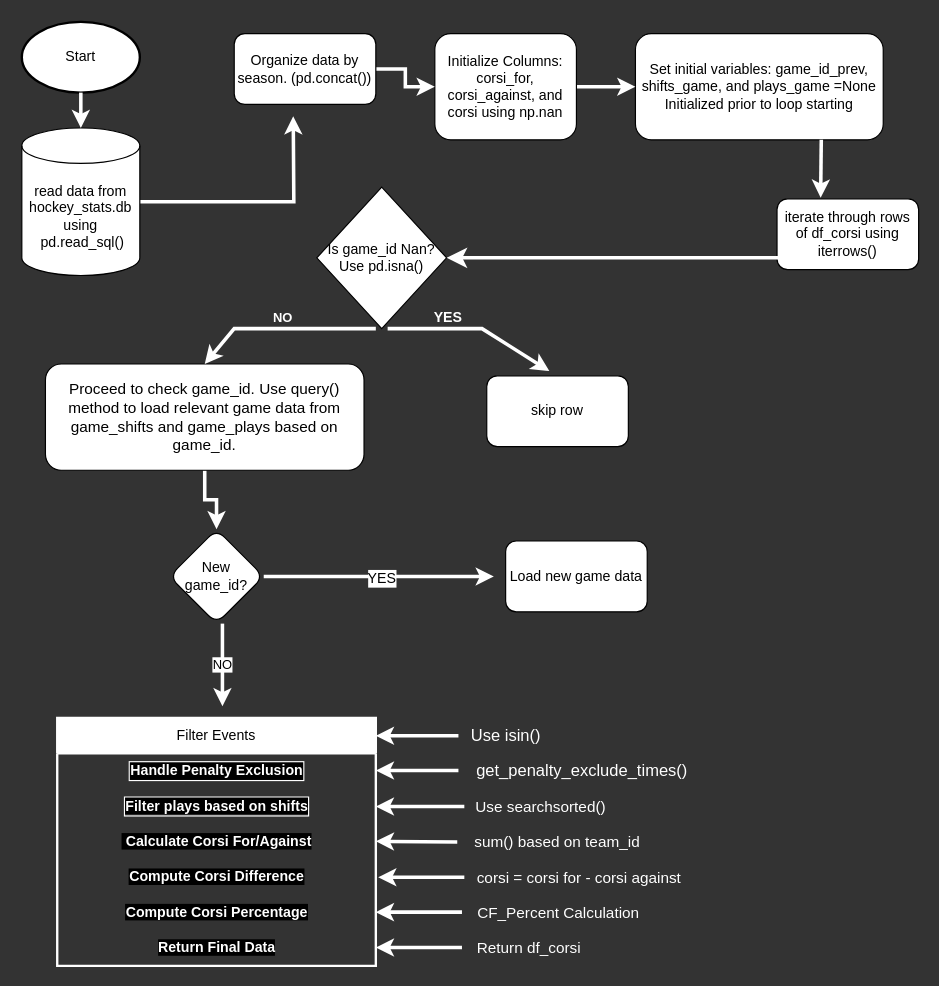
Above: flowforcorsi.drawio in ewnike/cost_cup (draw.io), before the change. Source tidied: cells renumbered, new cells numbered last; positions are measured from the earlier drawing's top-left corner, leaving out a move shared by most shapes. Both pictures are drawn from the tidied source at 118%, with x=0, y=0 at pixel (21, 21).
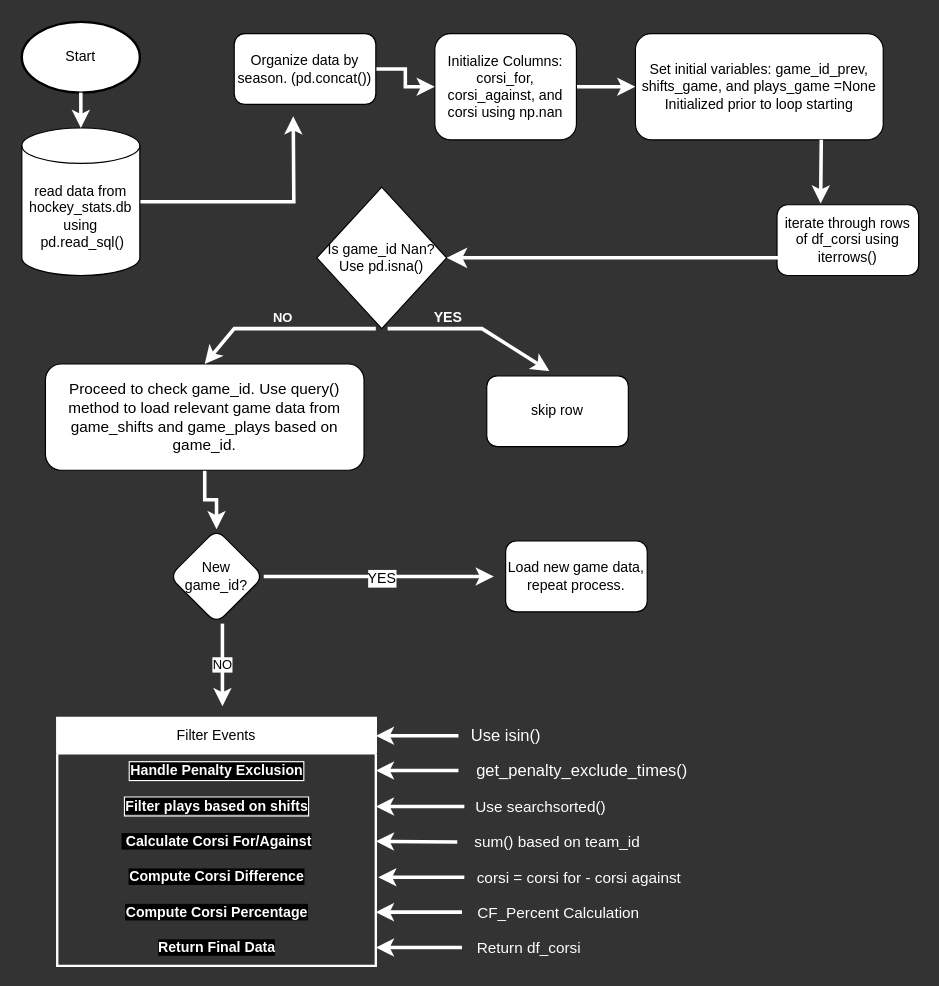
The same diagram, later.

Diff of the diagram source:
```diff
@@
     <mxCell id="7" value="iterate through rows of df_corsi using iterrows()" style="rounded=1;whiteSpace=wrap;html=1;labelBackgroundColor=none;" parent="1" vertex="1">
-      <mxGeometry x="640" y="150" width="120" height="60" as="geometry" />
+      <mxGeometry x="640" y="155" width="120" height="60" as="geometry" />
     </mxCell>
@@
-    <mxCell id="13" value="Load new game data" style="rounded=1;whiteSpace=wrap;html=1;labelBackgroundColor=none;" parent="1" vertex="1">
+    <mxCell id="13" value="Load new game data, repeat process." style="rounded=1;whiteSpace=wrap;html=1;labelBackgroundColor=none;" parent="1" vertex="1">
       <mxGeometry x="410" y="440" width="120" height="60" as="geometry" />
     </mxCell>
```
